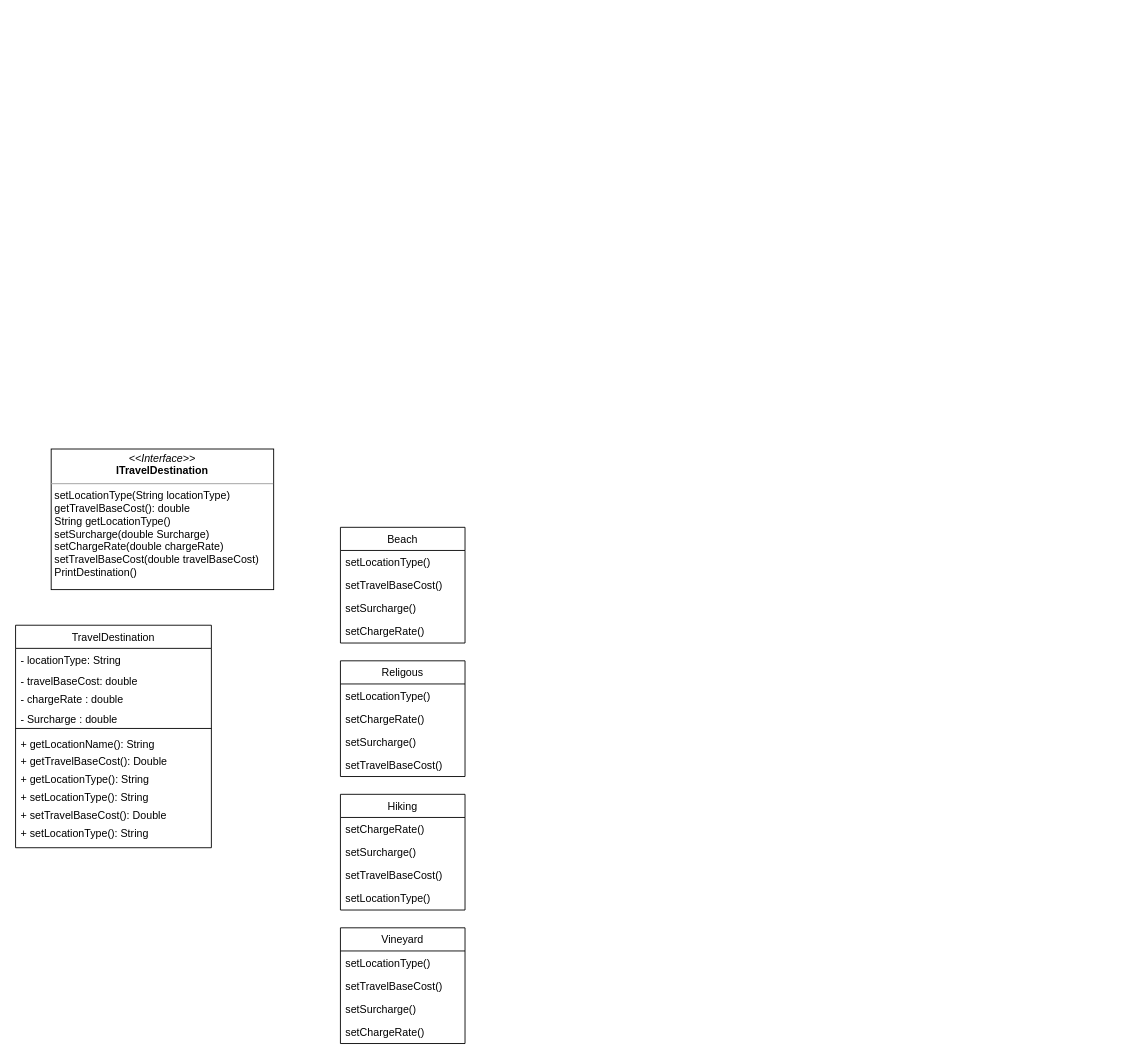
Above: Untitled Diagram.drawio in Ceejay1009/CSC4111-GitAssignment (draw.io), before the change. Source tidied: cells renumbered, new cells numbered last; positions are measured from the earlier drawing's top-left corner, leaving out a move shared by most shapes. Both pictures are drawn from the tidied source at 89%, with x=0, y=0 at pixel (15, 449).
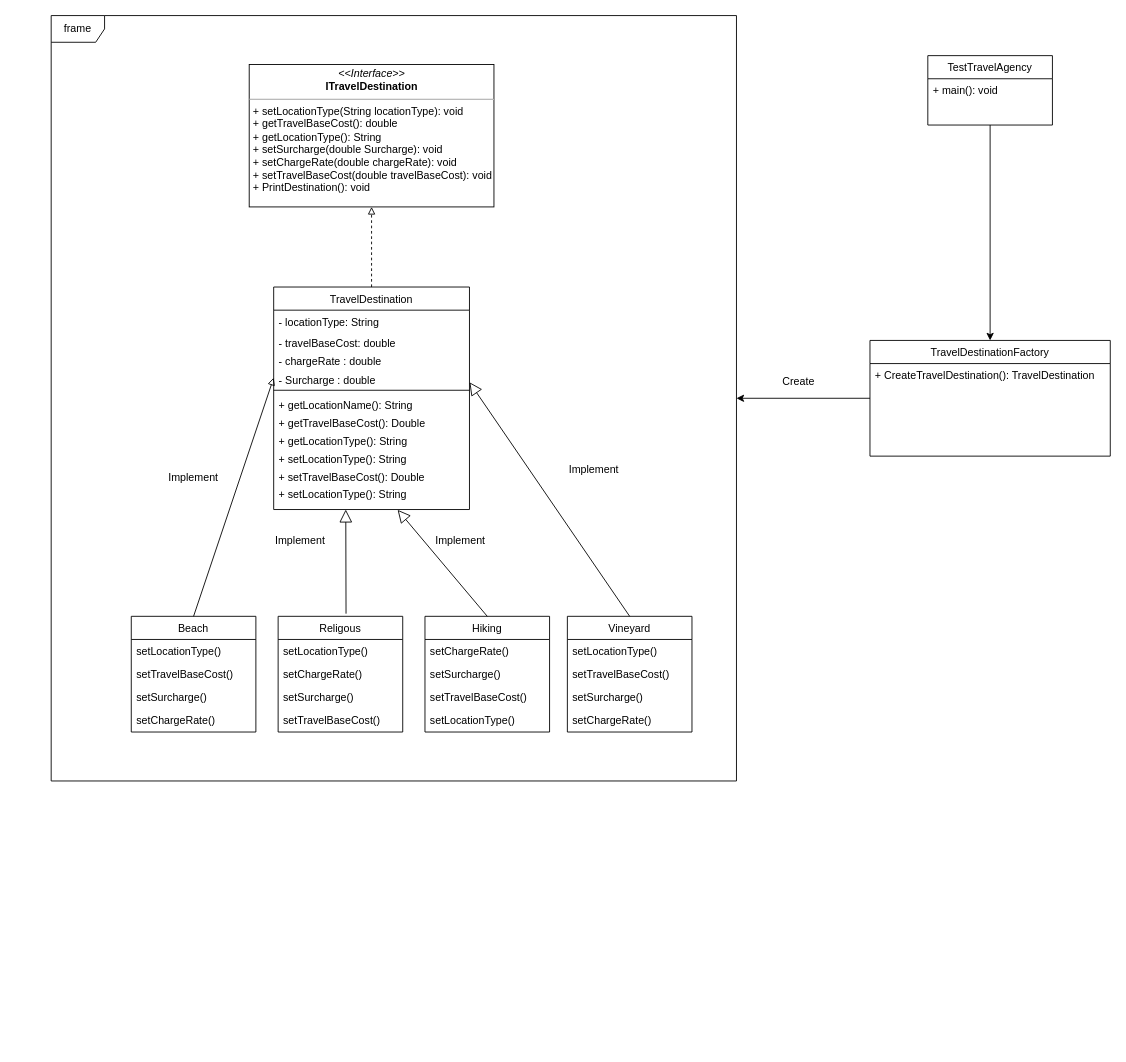
Above is the later version.

The change refers to these unchanged cells:
```xml
<mxCell id="6" value="- Surcharge : double" style="text;strokeColor=none;fillColor=none;align=left;verticalAlign=top;spacingLeft=4;spacingRight=4;overflow=hidden;points=[[0,0.5],[1,0.5]];portConstraint=eastwest;" parent="2" vertex="1">
  <mxGeometry y="92" width="220" height="20" as="geometry" />
</mxCell>
<mxCell id="13" value="+ setLocationType(): String" style="text;strokeColor=none;fillColor=none;align=left;verticalAlign=top;spacingLeft=4;spacingRight=4;overflow=hidden;points=[[0,0.5],[1,0.5]];portConstraint=eastwest;" parent="2" vertex="1">
  <mxGeometry y="220" width="220" height="30" as="geometry" />
</mxCell>
```

The edit, as a diff of the source:
```diff
@@
+    <mxCell id="35" value="frame" style="shape=umlFrame;whiteSpace=wrap;html=1;" parent="1" vertex="1">
+      <mxGeometry x="40" y="-487" width="770" height="860" as="geometry" />
+    </mxCell>
+    <mxCell id="36" style="edgeStyle=orthogonalEdgeStyle;rounded=0;jettySize=auto;html=1;entryX=0.5;entryY=1;entryDx=0;entryDy=0;endArrow=block;endFill=0;dashed=1;" parent="1" edge="1" source="2" target="34">
+      <mxGeometry relative="1" as="geometry" />
+    </mxCell>
     <mxCell id="2" value="TravelDestination" style="swimlane;fontStyle=0;horizontal=1;startSize=26;fillColor=none;" parent="1" vertex="1">
-      <mxGeometry y="198" width="220" height="250" as="geometry" />
+      <mxGeometry x="290" y="-182" width="220" height="250" as="geometry" />
     </mxCell>
@@
     <mxCell id="14" value="Beach" style="swimlane;fontStyle=0;horizontal=1;startSize=26;fillColor=none;" parent="1" vertex="1">
-      <mxGeometry x="365" y="88" width="140" height="130" as="geometry" />
+      <mxGeometry x="130" y="188" width="140" height="130" as="geometry" />
     </mxCell>
@@
     <mxCell id="19" value="Hiking" style="swimlane;fontStyle=0;horizontal=1;startSize=26;fillColor=none;" parent="1" vertex="1">
-      <mxGeometry x="365" y="388" width="140" height="130" as="geometry" />
+      <mxGeometry x="460" y="188" width="140" height="130" as="geometry" />
     </mxCell>
@@
     <mxCell id="24" value="Religous" style="swimlane;fontStyle=0;horizontal=1;startSize=26;fillColor=none;" parent="1" vertex="1">
-      <mxGeometry x="365" y="238" width="140" height="130" as="geometry" />
+      <mxGeometry x="295" y="188" width="140" height="130" as="geometry" />
     </mxCell>
@@
     <mxCell id="29" value="Vineyard" style="swimlane;fontStyle=0;horizontal=1;startSize=26;fillColor=none;" parent="1" vertex="1">
-      <mxGeometry x="365" y="538" width="140" height="130" as="geometry" />
+      <mxGeometry x="620" y="188" width="140" height="130" as="geometry" />
     </mxCell>
@@
-    <mxCell id="34" value="&lt;p style=&quot;margin:0px;margin-top:4px;text-align:center;&quot;&gt;&lt;i&gt;&amp;lt;&amp;lt;Interface&amp;gt;&amp;gt;&lt;/i&gt;&lt;br&gt;&lt;b&gt;ITravelDestination&lt;/b&gt;&lt;/p&gt;&lt;hr size=&quot;1&quot;&gt;&lt;p style=&quot;margin:0px;margin-left:4px;&quot;&gt;setLocationType(String locationType)&lt;br&gt;getTravelBaseCost(): double&lt;/p&gt;&lt;p style=&quot;margin:0px;margin-left:4px;&quot;&gt;String getLocationType()&lt;/p&gt;&lt;p style=&quot;margin:0px;margin-left:4px;&quot;&gt;setSurcharge(double Surcharge)&lt;/p&gt;&lt;p style=&quot;margin:0px;margin-left:4px;&quot;&gt;setChargeRate(double chargeRate)&lt;/p&gt;&lt;p style=&quot;margin:0px;margin-left:4px;&quot;&gt;setTravelBaseCost(double travelBaseCost)&lt;/p&gt;&lt;p style=&quot;margin:0px;margin-left:4px;&quot;&gt;PrintDestination()&lt;/p&gt;" style="verticalAlign=top;align=left;overflow=fill;fontSize=12;fontFamily=Helvetica;html=1;" parent="1" vertex="1">
-      <mxGeometry x="40" width="250" height="158" as="geometry" />
+    <mxCell id="34" value="&lt;p style=&quot;margin:0px;margin-top:4px;text-align:center;&quot;&gt;&lt;i&gt;&amp;lt;&amp;lt;Interface&amp;gt;&amp;gt;&lt;/i&gt;&lt;br&gt;&lt;b&gt;ITravelDestination&lt;/b&gt;&lt;/p&gt;&lt;hr size=&quot;1&quot;&gt;&lt;p style=&quot;margin:0px;margin-left:4px;&quot;&gt;+ setLocationType(String locationType): void&lt;br&gt;+ getTravelBaseCost(): double&lt;/p&gt;&lt;p style=&quot;margin:0px;margin-left:4px;&quot;&gt;+ getLocationType(): String&lt;/p&gt;&lt;p style=&quot;margin:0px;margin-left:4px;&quot;&gt;&lt;span style=&quot;background-color: initial;&quot;&gt;+ setSurcharge(double Surcharge): void&lt;/span&gt;&lt;/p&gt;&lt;p style=&quot;margin:0px;margin-left:4px;&quot;&gt;+ setChargeRate(double chargeRate): void&lt;/p&gt;&lt;p style=&quot;margin:0px;margin-left:4px;&quot;&gt;+ setTravelBaseCost(double travelBaseCost): void&lt;/p&gt;&lt;p style=&quot;margin:0px;margin-left:4px;&quot;&gt;+ PrintDestination(): void&lt;/p&gt;" style="verticalAlign=top;align=left;overflow=fill;fontSize=12;fontFamily=Helvetica;html=1;" parent="1" vertex="1">
+      <mxGeometry x="262.5" y="-432" width="275" height="160" as="geometry" />
     </mxCell>
+    <mxCell id="37" value="TravelDestinationFactory" style="swimlane;fontStyle=0;horizontal=1;startSize=26;fillColor=none;" parent="1" vertex="1">
+      <mxGeometry x="960" y="-122" width="270" height="130" as="geometry" />
+    </mxCell>
+    <mxCell id="38" value="+ CreateTravelDestination(): TravelDestination" style="text;strokeColor=none;fillColor=none;align=left;verticalAlign=top;spacingLeft=4;spacingRight=4;overflow=hidden;" parent="37" vertex="1">
+      <mxGeometry y="26" width="270" height="26" as="geometry" />
+    </mxCell>
+    <mxCell id="39" value=" " style="text;strokeColor=none;fillColor=none;align=left;verticalAlign=top;spacingLeft=4;spacingRight=4;overflow=hidden;points=[[0,0.5],[1,0.5]];portConstraint=eastwest;" parent="37" vertex="1">
+      <mxGeometry y="52" width="270" height="26" as="geometry" />
+    </mxCell>
+    <mxCell id="40" value=" " style="text;strokeColor=none;fillColor=none;align=left;verticalAlign=top;spacingLeft=4;spacingRight=4;overflow=hidden;" parent="37" vertex="1">
+      <mxGeometry y="78" width="270" height="26" as="geometry" />
+    </mxCell>
+    <mxCell id="41" value=" " style="text;strokeColor=none;fillColor=none;align=left;verticalAlign=top;spacingLeft=4;spacingRight=4;overflow=hidden;" parent="37" vertex="1">
+      <mxGeometry y="104" width="270" height="26" as="geometry" />
+    </mxCell>
+    <mxCell id="42" style="edgeStyle=orthogonalEdgeStyle;rounded=0;jettySize=auto;html=1;" parent="1" edge="1" source="39" target="35">
+      <mxGeometry relative="1" as="geometry" />
+    </mxCell>
+    <mxCell id="43" style="edgeStyle=orthogonalEdgeStyle;rounded=0;jettySize=auto;html=1;entryX=0.5;entryY=0;entryDx=0;entryDy=0;" parent="1" edge="1" source="44" target="37">
+      <mxGeometry relative="1" as="geometry" />
+    </mxCell>
+    <mxCell id="44" value="TestTravelAgency" style="swimlane;fontStyle=0;horizontal=1;startSize=26;fillColor=none;" parent="1" vertex="1">
+      <mxGeometry x="1025" y="-442" width="140" height="78" as="geometry" />
+    </mxCell>
+    <mxCell id="45" value="+ main(): void" style="text;strokeColor=none;fillColor=none;align=left;verticalAlign=top;spacingLeft=4;spacingRight=4;overflow=hidden;" parent="44" vertex="1">
+      <mxGeometry y="26" width="140" height="26" as="geometry" />
+    </mxCell>
+    <mxCell id="46" value=" " style="text;strokeColor=none;fillColor=none;align=left;verticalAlign=top;spacingLeft=4;spacingRight=4;overflow=hidden;" parent="44" vertex="1">
+      <mxGeometry y="52" width="140" height="26" as="geometry" />
+    </mxCell>
+    <mxCell id="47" value="Implement" style="text;html=1;strokeColor=none;fillColor=none;align=center;verticalAlign=middle;whiteSpace=wrap;rounded=0;" parent="1" vertex="1">
+      <mxGeometry x="170" y="18" width="60" height="30" as="geometry" />
+    </mxCell>
+    <mxCell id="48" value="Implement" style="text;html=1;strokeColor=none;fillColor=none;align=center;verticalAlign=middle;whiteSpace=wrap;rounded=0;" parent="1" vertex="1">
+      <mxGeometry x="290" y="88" width="60" height="30" as="geometry" />
+    </mxCell>
+    <mxCell id="49" value="Implement" style="text;html=1;strokeColor=none;fillColor=none;align=center;verticalAlign=middle;whiteSpace=wrap;rounded=0;" parent="1" vertex="1">
+      <mxGeometry x="470" y="88" width="60" height="30" as="geometry" />
+    </mxCell>
+    <mxCell id="50" value="Implement" style="text;html=1;strokeColor=none;fillColor=none;align=center;verticalAlign=middle;whiteSpace=wrap;rounded=0;" parent="1" vertex="1">
+      <mxGeometry x="620" y="8" width="60" height="30" as="geometry" />
+    </mxCell>
+    <mxCell id="51" value="Create" style="text;html=1;strokeColor=none;fillColor=none;align=center;verticalAlign=middle;whiteSpace=wrap;rounded=0;" parent="1" vertex="1">
+      <mxGeometry x="850" y="-90" width="60" height="30" as="geometry" />
+    </mxCell>
+    <mxCell id="52" style="endArrow=block;endFill=0;html=1;entryX=0;entryY=0.5;entryDx=0;entryDy=0;exitX=0.5;exitY=0;exitDx=0;exitDy=0;rounded=0;" parent="1" edge="1" source="14" target="6">
+      <mxGeometry relative="1" as="geometry" />
+    </mxCell>
+    <mxCell id="53" style="endArrow=block;endFill=0;endSize=12;html=1;rounded=0;exitX=0.545;exitY=-0.023;exitDx=0;exitDy=0;exitPerimeter=0;" parent="1" edge="1" source="24">
+      <mxGeometry relative="1" as="geometry">
+        <mxPoint x="371" y="68" as="targetPoint" />
+      </mxGeometry>
+    </mxCell>
+    <mxCell id="54" style="endArrow=block;endFill=0;endSize=12;html=1;rounded=0;exitX=0.5;exitY=0;exitDx=0;exitDy=0;entryX=0.633;entryY=1.011;entryDx=0;entryDy=0;entryPerimeter=0;" parent="1" edge="1" source="19" target="13">
+      <mxGeometry relative="1" as="geometry" />
+    </mxCell>
+    <mxCell id="55" style="endArrow=block;endFill=0;endSize=12;html=1;rounded=0;exitX=0.5;exitY=0;exitDx=0;exitDy=0;entryX=1;entryY=0.75;entryDx=0;entryDy=0;entryPerimeter=0;" parent="1" edge="1" source="29" target="6">
+      <mxGeometry relative="1" as="geometry" />
+    </mxCell>
```
